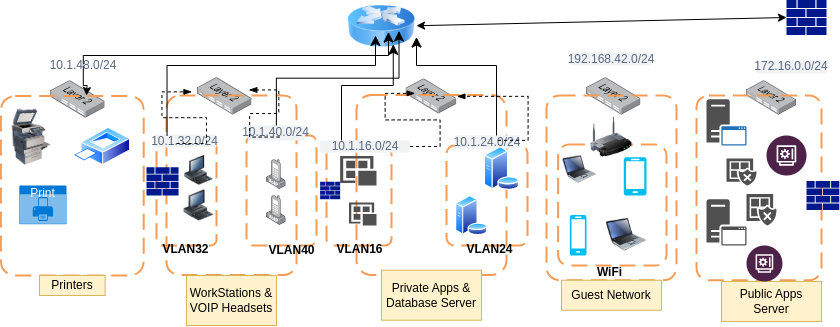
Above: secured_network_topology.drawio.png in MwarumbaH-5523/Secured_Networks_Topology (draw.io), before the change. Source tidied: cells renumbered, new cells last; positions are measured from the earlier drawing's top-left corner, leaving out a move shared by most shapes.
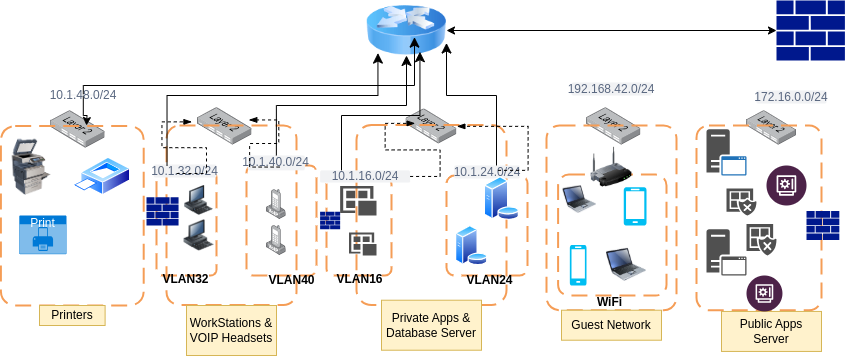
After the change.

Change to the diagram source:
```diff
@@ -3,10 +3,10 @@
     <mxCell id="0" />
     <mxCell id="1" parent="0" />
     <mxCell id="2" style="sketch=0;shadow=0;dashed=0;html=1;strokeColor=none;labelPosition=center;verticalLabelPosition=bottom;verticalAlign=top;align=center;fillColor=#00188D;shape=mxgraph.mscae.enterprise.firewall;" parent="1" vertex="1">
-      <mxGeometry x="786" y="0.4" width="40" height="35.2" as="geometry" />
+      <mxGeometry x="776" y="-29.1" width="68.4" height="60.2" as="geometry" />
     </mxCell>
     <mxCell id="3" style="image;html=1;image=img/lib/clip_art/networking/Router_Icon_128x128.png;" parent="1" vertex="1">
-      <mxGeometry x="346" y="6" width="70" height="42" as="geometry" />
+      <mxGeometry x="366" y="-24" width="80" height="50" as="geometry" />
     </mxCell>
     <mxCell id="4" style="endArrow=classic;startArrow=classic;html=1;rounded=0;entryX=0;entryY=0.5;entryDx=0;entryDy=0;entryPerimeter=0;" parent="1" edge="1" source="3" target="2">
       <mxGeometry relative="1" as="geometry" />
@@ -208,18 +208,15 @@
         </Array>
       </mxGeometry>
     </mxCell>
-    <mxCell id="66" style="edgeStyle=elbowEdgeStyle;elbow=vertical;endArrow=classic;html=1;curved=0;rounded=0;endSize=8;startSize=8;exitX=0.004;exitY=0.224;exitDx=0;exitDy=0;exitPerimeter=0;" parent="1" edge="1" source="11">
+    <mxCell id="66" style="edgeStyle=elbowEdgeStyle;elbow=vertical;endArrow=classic;html=1;curved=0;rounded=0;endSize=8;startSize=8;exitX=0.004;exitY=0.224;exitDx=0;exitDy=0;exitPerimeter=0;entryX=0.143;entryY=0.952;entryDx=0;entryDy=0;entryPerimeter=0;" parent="1" edge="1" source="11" target="3">
       <mxGeometry relative="1" as="geometry">
-        <mxPoint x="375" y="36" as="targetPoint" />
         <Array as="points">
           <mxPoint x="266" y="66" />
         </Array>
       </mxGeometry>
     </mxCell>
-    <mxCell id="67" style="edgeStyle=elbowEdgeStyle;elbow=vertical;endArrow=classic;html=1;curved=0;rounded=0;endSize=8;startSize=8;entryX=0.75;entryY=1;entryDx=0;entryDy=0;" parent="1" edge="1" source="31">
-      <mxGeometry relative="1" as="geometry">
-        <mxPoint x="398.5" y="31.5" as="targetPoint" />
-      </mxGeometry>
+    <mxCell id="67" style="edgeStyle=elbowEdgeStyle;elbow=vertical;endArrow=classic;html=1;curved=0;rounded=0;endSize=8;startSize=8;" parent="1" edge="1" source="31" target="3">
+      <mxGeometry relative="1" as="geometry" />
     </mxCell>
     <mxCell id="68" style="edgeStyle=elbowEdgeStyle;elbow=vertical;endArrow=classic;html=1;curved=0;rounded=0;endSize=8;startSize=8;entryX=0.668;entryY=0.925;entryDx=0;entryDy=0;entryPerimeter=0;" parent="1" edge="1" target="3">
       <mxGeometry relative="1" as="geometry">
```
